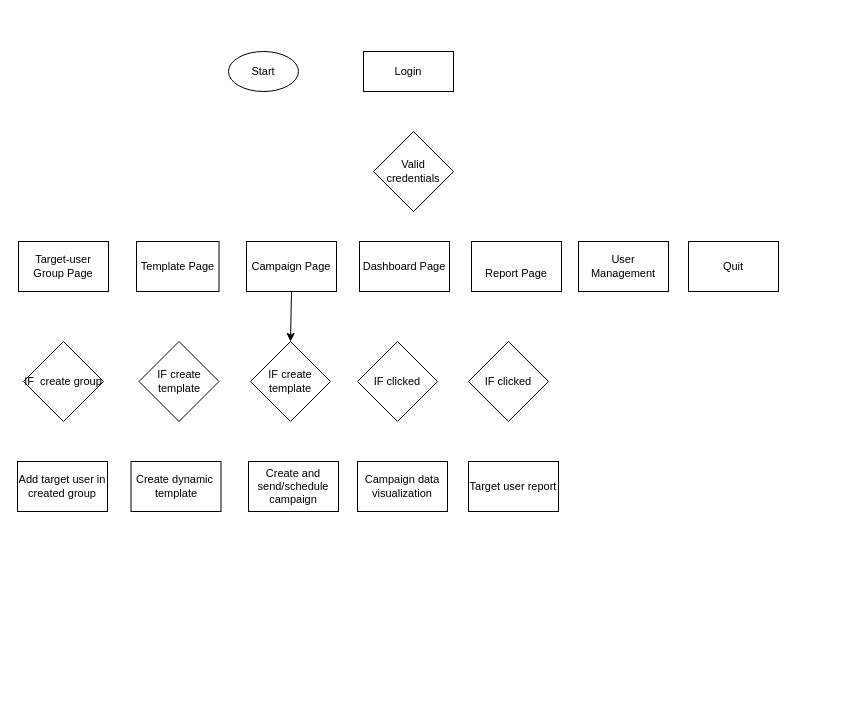
This is Untitled Diagram.drawio from jonamadk/DrawIO, a draw.io file, before an edit. Source tidied: cells renumbered, new cells numbered last; positions are measured from the earlier drawing's top-left corner, leaving out a move shared by most shapes. Both pictures are drawn from the tidied source at 100%, with x=0, y=0 at pixel (17, 51).
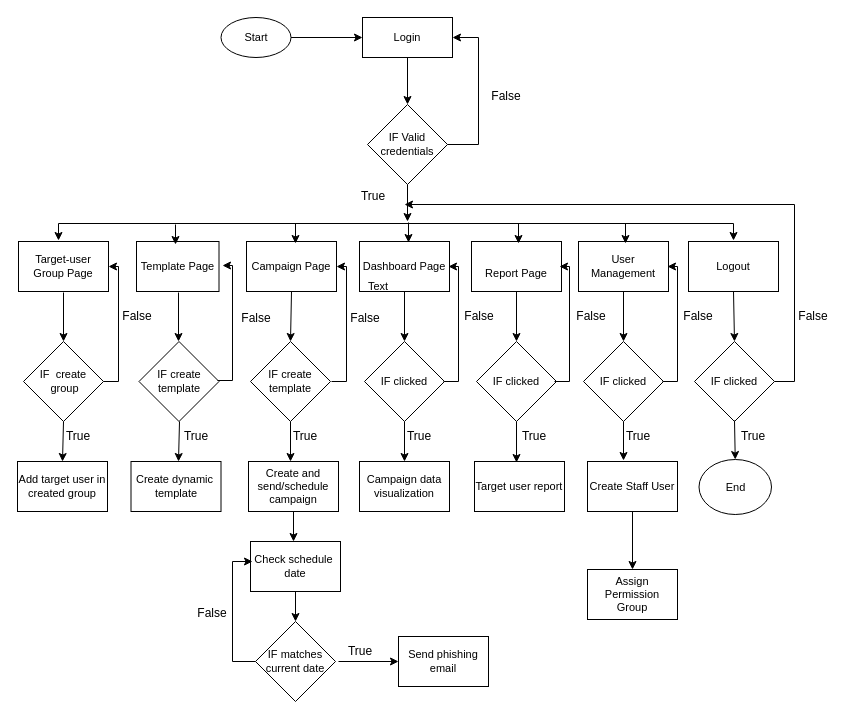
After the change.

Unchanged cells that the change refers to:
```xml
<mxCell id="7" value="Target-user Group Page" style="rounded=0;whiteSpace=wrap;html=1;fontSize=11;strokeWidth=1;" parent="1" vertex="1">
  <mxGeometry x="1" y="190" width="90" height="50" as="geometry" />
</mxCell>
<mxCell id="8" value="Dashboard Page" style="rounded=0;whiteSpace=wrap;html=1;fontSize=11;strokeWidth=1;" parent="1" vertex="1">
  <mxGeometry x="342" y="190" width="90" height="50" as="geometry" />
</mxCell>
<mxCell id="9" value="&lt;br&gt;Report Page&lt;br&gt;" style="rounded=0;whiteSpace=wrap;html=1;fontSize=11;strokeWidth=1;" parent="1" vertex="1">
  <mxGeometry x="454" y="190" width="90" height="50" as="geometry" />
</mxCell>
<mxCell id="11" value="Add target user in created group" style="rounded=0;whiteSpace=wrap;html=1;fontSize=11;strokeWidth=1;" parent="1" vertex="1">
  <mxGeometry y="410" width="90" height="50" as="geometry" />
</mxCell>
<mxCell id="13" value="Create and send/schedule campaign" style="rounded=0;whiteSpace=wrap;html=1;fontSize=11;strokeWidth=1;" parent="1" vertex="1">
  <mxGeometry x="231" y="410" width="90" height="50" as="geometry" />
</mxCell>
<mxCell id="18" value="IF create template" style="rhombus;whiteSpace=wrap;html=1;fontSize=11;strokeWidth=1;" parent="1" vertex="1">
  <mxGeometry x="233" y="290" width="80" height="80" as="geometry" />
</mxCell>
<mxCell id="20" value="User Management" style="rounded=0;whiteSpace=wrap;html=1;fontSize=11;strokeWidth=1;" parent="1" vertex="1">
  <mxGeometry x="561" y="190" width="90" height="50" as="geometry" />
</mxCell>
```

What changed in the source:
```diff
@@
-    <mxCell id="2" value="Valid credentials" style="rhombus;whiteSpace=wrap;html=1;fontSize=11;strokeWidth=1;" parent="1" vertex="1">
-      <mxGeometry x="356" y="80" width="80" height="80" as="geometry" />
+    <mxCell id="2" value="IF Valid credentials" style="rhombus;whiteSpace=wrap;html=1;fontSize=11;strokeWidth=1;" parent="1" vertex="1">
+      <mxGeometry x="350" y="53" width="80" height="80" as="geometry" />
     </mxCell>
@@
     <mxCell id="4" value="Login" style="rounded=0;whiteSpace=wrap;html=1;fontSize=11;strokeWidth=1;" parent="1" vertex="1">
-      <mxGeometry x="346" width="90" height="40" as="geometry" />
+      <mxGeometry x="345" y="-34" width="90" height="40" as="geometry" />
     </mxCell>
     <mxCell id="5" value="Start" style="ellipse;whiteSpace=wrap;html=1;fontSize=11;strokeWidth=1;" parent="1" vertex="1">
-      <mxGeometry x="211" width="70" height="40" as="geometry" />
+      <mxGeometry x="203.5" y="-34" width="70" height="40" as="geometry" />
     </mxCell>
@@
-    <mxCell id="10" value="Quit" style="rounded=0;whiteSpace=wrap;html=1;fontSize=11;strokeWidth=1;" parent="1" vertex="1">
+    <mxCell id="10" value="Logout" style="rounded=0;whiteSpace=wrap;html=1;fontSize=11;strokeWidth=1;" parent="1" vertex="1">
       <mxGeometry x="671" y="190" width="90" height="50" as="geometry" />
     </mxCell>
@@
     <mxCell id="14" value="Campaign data visualization" style="rounded=0;whiteSpace=wrap;html=1;fontSize=11;strokeWidth=1;" parent="1" vertex="1">
-      <mxGeometry x="340" y="410" width="90" height="50" as="geometry" />
+      <mxGeometry x="342" y="410" width="90" height="50" as="geometry" />
     </mxCell>
     <mxCell id="15" value="Target user report" style="rounded=0;whiteSpace=wrap;html=1;fontSize=11;strokeWidth=1;" parent="1" vertex="1">
-      <mxGeometry x="451" y="410" width="90" height="50" as="geometry" />
+      <mxGeometry x="457" y="410" width="90" height="50" as="geometry" />
     </mxCell>
-    <mxCell id="16" value="IF&amp;nbsp; create group" style="rhombus;whiteSpace=wrap;html=1;fontSize=11;strokeWidth=1;" parent="1" vertex="1">
+    <mxCell id="16" value="IF&amp;nbsp; create&lt;br&gt;&amp;nbsp;group" style="rhombus;whiteSpace=wrap;html=1;fontSize=11;strokeWidth=1;" parent="1" vertex="1">
       <mxGeometry x="6" y="290" width="80" height="80" as="geometry" />
     </mxCell>
@@
     <mxCell id="21" value="IF clicked" style="rhombus;whiteSpace=wrap;html=1;fontSize=11;strokeWidth=1;" parent="1" vertex="1">
-      <mxGeometry x="340" y="290" width="80" height="80" as="geometry" />
+      <mxGeometry x="347" y="290" width="80" height="80" as="geometry" />
     </mxCell>
     <mxCell id="22" value="IF clicked" style="rhombus;whiteSpace=wrap;html=1;fontSize=11;strokeWidth=1;" parent="1" vertex="1">
-      <mxGeometry x="451" y="290" width="80" height="80" as="geometry" />
+      <mxGeometry x="459" y="290" width="80" height="80" as="geometry" />
     </mxCell>
+    <mxCell id="23" value="IF clicked" style="rhombus;whiteSpace=wrap;html=1;fontSize=11;strokeWidth=1;" parent="1" vertex="1">
+      <mxGeometry x="566" y="290" width="80" height="80" as="geometry" />
+    </mxCell>
+    <mxCell id="24" value="Create Staff User" style="rounded=0;whiteSpace=wrap;html=1;fontSize=11;strokeWidth=1;" parent="1" vertex="1">
+      <mxGeometry x="570" y="410" width="90" height="50" as="geometry" />
+    </mxCell>
+    <mxCell id="25" value="Assign Permission Group" style="rounded=0;whiteSpace=wrap;html=1;fontSize=11;strokeWidth=1;" parent="1" vertex="1">
+      <mxGeometry x="570" y="518" width="90" height="50" as="geometry" />
+    </mxCell>
+    <mxCell id="26" value="Check schedule&amp;nbsp;&lt;br&gt;date" style="rounded=0;whiteSpace=wrap;html=1;fontSize=11;strokeWidth=1;" parent="1" vertex="1">
+      <mxGeometry x="233" y="490" width="90" height="50" as="geometry" />
+    </mxCell>
+    <mxCell id="27" value="IF matches current date" style="rhombus;whiteSpace=wrap;html=1;fontSize=11;strokeWidth=1;" parent="1" vertex="1">
+      <mxGeometry x="238" y="570" width="80" height="80" as="geometry" />
+    </mxCell>
+    <mxCell id="28" value="Send phishing email" style="rounded=0;whiteSpace=wrap;html=1;fontSize=11;strokeWidth=1;" parent="1" vertex="1">
+      <mxGeometry x="381" y="585" width="90" height="50" as="geometry" />
+    </mxCell>
+    <mxCell id="29" style="endArrow=classic;startArrow=classic;html=1;rounded=0;fontSize=11;" parent="1" edge="1">
+      <mxGeometry relative="1" as="geometry">
+        <mxPoint x="41" y="189" as="sourcePoint" />
+        <mxPoint x="716" y="189" as="targetPoint" />
+        <Array as="points">
+          <mxPoint x="41" y="172" />
+          <mxPoint x="716" y="172" />
+        </Array>
+      </mxGeometry>
+    </mxCell>
+    <mxCell id="30" style="endArrow=classic;html=1;rounded=0;fontSize=11;exitX=0.5;exitY=1;exitDx=0;exitDy=0;" parent="1" edge="1" source="2">
+      <mxGeometry relative="1" as="geometry">
+        <mxPoint x="390" y="170" as="targetPoint" />
+      </mxGeometry>
+    </mxCell>
+    <mxCell id="31" style="endArrow=classic;html=1;rounded=0;fontSize=11;" parent="1" edge="1">
+      <mxGeometry relative="1" as="geometry">
+        <mxPoint x="391" y="171" as="sourcePoint" />
+        <mxPoint x="391" y="191" as="targetPoint" />
+      </mxGeometry>
+    </mxCell>
+    <mxCell id="32" style="endArrow=classic;html=1;rounded=0;fontSize=11;" parent="1" edge="1">
+      <mxGeometry relative="1" as="geometry">
+        <mxPoint x="501" y="172" as="sourcePoint" />
+        <mxPoint x="501" y="192" as="targetPoint" />
+      </mxGeometry>
+    </mxCell>
+    <mxCell id="33" style="endArrow=classic;html=1;rounded=0;fontSize=11;" parent="1" edge="1">
+      <mxGeometry relative="1" as="geometry">
+        <mxPoint x="608" y="172" as="sourcePoint" />
+        <mxPoint x="608" y="192" as="targetPoint" />
+      </mxGeometry>
+    </mxCell>
+    <mxCell id="34" style="endArrow=classic;html=1;rounded=0;fontSize=11;" parent="1" edge="1">
+      <mxGeometry relative="1" as="geometry">
+        <mxPoint x="278" y="172" as="sourcePoint" />
+        <mxPoint x="278" y="192" as="targetPoint" />
+      </mxGeometry>
+    </mxCell>
+    <mxCell id="35" style="endArrow=classic;html=1;rounded=0;fontSize=11;" parent="1" edge="1">
+      <mxGeometry relative="1" as="geometry">
+        <mxPoint x="158" y="173" as="sourcePoint" />
+        <mxPoint x="158" y="193" as="targetPoint" />
+      </mxGeometry>
+    </mxCell>
+    <mxCell id="36" style="endArrow=classic;html=1;rounded=0;fontSize=11;exitX=0.5;exitY=1;exitDx=0;exitDy=0;entryX=0.5;entryY=0;entryDx=0;entryDy=0;" parent="1" edge="1" source="16" target="11">
+      <mxGeometry relative="1" as="geometry" />
+    </mxCell>
+    <mxCell id="37" style="endArrow=classic;html=1;rounded=0;fontSize=11;exitX=0.5;exitY=1;exitDx=0;exitDy=0;entryX=0.5;entryY=0;entryDx=0;entryDy=0;" parent="1" edge="1">
+      <mxGeometry relative="1" as="geometry">
+        <mxPoint x="162" y="370" as="sourcePoint" />
+        <mxPoint x="161" y="410" as="targetPoint" />
+      </mxGeometry>
+    </mxCell>
+    <mxCell id="38" style="endArrow=classic;html=1;rounded=0;fontSize=11;" parent="1" edge="1" source="18">
+      <mxGeometry relative="1" as="geometry">
+        <mxPoint x="273" y="410" as="targetPoint" />
+      </mxGeometry>
+    </mxCell>
+    <mxCell id="39" style="endArrow=classic;html=1;rounded=0;fontSize=11;entryX=0.5;entryY=0;entryDx=0;entryDy=0;exitX=0.5;exitY=1;exitDx=0;exitDy=0;" parent="1" edge="1" source="21" target="14">
+      <mxGeometry relative="1" as="geometry" />
+    </mxCell>
+    <mxCell id="40" style="endArrow=classic;html=1;rounded=0;fontSize=11;exitX=0.5;exitY=1;exitDx=0;exitDy=0;entryX=0.467;entryY=0.02;entryDx=0;entryDy=0;entryPerimeter=0;" parent="1" edge="1" source="22" target="15">
+      <mxGeometry relative="1" as="geometry" />
+    </mxCell>
+    <mxCell id="41" style="endArrow=classic;html=1;rounded=0;fontSize=11;exitX=0.5;exitY=1;exitDx=0;exitDy=0;" parent="1" edge="1" source="23">
+      <mxGeometry relative="1" as="geometry">
+        <mxPoint x="606" y="409" as="targetPoint" />
+      </mxGeometry>
+    </mxCell>
+    <mxCell id="42" style="endArrow=classic;html=1;rounded=0;fontSize=11;exitX=0.5;exitY=1;exitDx=0;exitDy=0;entryX=0.5;entryY=0;entryDx=0;entryDy=0;" parent="1" edge="1" source="24" target="25">
+      <mxGeometry relative="1" as="geometry" />
+    </mxCell>
+    <mxCell id="43" style="endArrow=classic;html=1;rounded=0;fontSize=11;exitX=0.5;exitY=1;exitDx=0;exitDy=0;" parent="1" edge="1" source="13">
+      <mxGeometry relative="1" as="geometry">
+        <mxPoint x="276" y="490" as="targetPoint" />
+      </mxGeometry>
+    </mxCell>
+    <mxCell id="44" style="endArrow=classic;html=1;rounded=0;fontSize=11;exitX=0.5;exitY=1;exitDx=0;exitDy=0;entryX=0.5;entryY=0;entryDx=0;entryDy=0;" parent="1" edge="1" source="26" target="27">
+      <mxGeometry relative="1" as="geometry" />
+    </mxCell>
+    <mxCell id="45" style="endArrow=classic;html=1;rounded=0;fontSize=11;" parent="1" edge="1">
+      <mxGeometry relative="1" as="geometry">
+        <mxPoint x="321" y="610" as="sourcePoint" />
+        <mxPoint x="381" y="610" as="targetPoint" />
+      </mxGeometry>
+    </mxCell>
+    <mxCell id="46" value="IF clicked" style="rhombus;whiteSpace=wrap;html=1;fontSize=11;strokeWidth=1;" parent="1" vertex="1">
+      <mxGeometry x="677" y="290" width="80" height="80" as="geometry" />
+    </mxCell>
+    <mxCell id="47" value="End" style="ellipse;whiteSpace=wrap;html=1;fontSize=11;strokeWidth=1;" parent="1" vertex="1">
+      <mxGeometry x="681.5" y="408" width="72.5" height="55" as="geometry" />
+    </mxCell>
+    <mxCell id="48" style="endArrow=classic;html=1;rounded=0;fontSize=11;entryX=0.5;entryY=0;entryDx=0;entryDy=0;" parent="1" edge="1" target="16">
+      <mxGeometry relative="1" as="geometry">
+        <mxPoint x="46" y="241" as="sourcePoint" />
+      </mxGeometry>
+    </mxCell>
+    <mxCell id="49" style="endArrow=classic;html=1;rounded=0;fontSize=11;entryX=0.5;entryY=0;entryDx=0;entryDy=0;" parent="1" edge="1">
+      <mxGeometry relative="1" as="geometry">
+        <mxPoint x="161" y="241" as="sourcePoint" />
+        <mxPoint x="161" y="290" as="targetPoint" />
+      </mxGeometry>
+    </mxCell>
+    <mxCell id="50" style="endArrow=classic;html=1;rounded=0;fontSize=11;exitX=0.5;exitY=1;exitDx=0;exitDy=0;" parent="1" edge="1" source="8" target="21">
+      <mxGeometry relative="1" as="geometry" />
+    </mxCell>
+    <mxCell id="51" style="endArrow=classic;html=1;rounded=0;fontSize=11;exitX=0.5;exitY=1;exitDx=0;exitDy=0;entryX=0.5;entryY=0;entryDx=0;entryDy=0;" parent="1" edge="1" source="9" target="22">
+      <mxGeometry relative="1" as="geometry" />
+    </mxCell>
+    <mxCell id="52" style="endArrow=classic;html=1;rounded=0;fontSize=11;exitX=0.5;exitY=1;exitDx=0;exitDy=0;" parent="1" edge="1" source="20">
+      <mxGeometry relative="1" as="geometry">
+        <mxPoint x="606" y="290" as="targetPoint" />
+      </mxGeometry>
+    </mxCell>
+    <mxCell id="53" style="endArrow=classic;html=1;rounded=0;fontSize=11;exitX=0.5;exitY=1;exitDx=0;exitDy=0;entryX=0.5;entryY=0;entryDx=0;entryDy=0;" parent="1" edge="1" source="10" target="46">
+      <mxGeometry relative="1" as="geometry" />
+    </mxCell>
+    <mxCell id="54" style="endArrow=classic;html=1;rounded=0;fontSize=11;exitX=0.5;exitY=1;exitDx=0;exitDy=0;" parent="1" edge="1" target="47">
+      <mxGeometry relative="1" as="geometry">
+        <mxPoint x="717" y="369" as="sourcePoint" />
+      </mxGeometry>
+    </mxCell>
+    <mxCell id="55" style="endArrow=classic;html=1;rounded=0;fontSize=11;exitX=1;exitY=0.5;exitDx=0;exitDy=0;entryX=1;entryY=0.5;entryDx=0;entryDy=0;" parent="1" edge="1" source="16" target="7">
+      <mxGeometry relative="1" as="geometry">
+        <Array as="points">
+          <mxPoint x="101" y="330" />
+          <mxPoint x="101" y="215" />
+        </Array>
+      </mxGeometry>
+    </mxCell>
+    <mxCell id="56" style="endArrow=classic;html=1;rounded=0;fontSize=11;exitX=1;exitY=0.5;exitDx=0;exitDy=0;entryX=1;entryY=0.5;entryDx=0;entryDy=0;" parent="1" edge="1">
+      <mxGeometry relative="1" as="geometry">
+        <mxPoint x="200" y="329" as="sourcePoint" />
+        <mxPoint x="205" y="214" as="targetPoint" />
+        <Array as="points">
+          <mxPoint x="215" y="329" />
+          <mxPoint x="215" y="214" />
+        </Array>
+      </mxGeometry>
+    </mxCell>
+    <mxCell id="57" style="endArrow=classic;html=1;rounded=0;fontSize=11;exitX=1;exitY=0.5;exitDx=0;exitDy=0;entryX=1;entryY=0.5;entryDx=0;entryDy=0;" parent="1" edge="1">
+      <mxGeometry relative="1" as="geometry">
+        <mxPoint x="314" y="330" as="sourcePoint" />
+        <mxPoint x="319" y="215" as="targetPoint" />
+        <Array as="points">
+          <mxPoint x="329" y="330" />
+          <mxPoint x="329" y="215" />
+        </Array>
+      </mxGeometry>
+    </mxCell>
+    <mxCell id="58" style="endArrow=classic;html=1;rounded=0;fontSize=11;exitX=1;exitY=0.5;exitDx=0;exitDy=0;entryX=1;entryY=0.5;entryDx=0;entryDy=0;" parent="1" edge="1">
+      <mxGeometry relative="1" as="geometry">
+        <mxPoint x="426" y="330" as="sourcePoint" />
+        <mxPoint x="431" y="215" as="targetPoint" />
+        <Array as="points">
+          <mxPoint x="441" y="330" />
+          <mxPoint x="441" y="215" />
+        </Array>
+      </mxGeometry>
+    </mxCell>
+    <mxCell id="59" style="endArrow=classic;html=1;rounded=0;fontSize=11;exitX=1;exitY=0.5;exitDx=0;exitDy=0;entryX=1;entryY=0.5;entryDx=0;entryDy=0;" parent="1" edge="1">
+      <mxGeometry relative="1" as="geometry">
+        <mxPoint x="537" y="330" as="sourcePoint" />
+        <mxPoint x="542" y="215" as="targetPoint" />
+        <Array as="points">
+          <mxPoint x="552" y="330" />
+          <mxPoint x="552" y="215" />
+        </Array>
+      </mxGeometry>
+    </mxCell>
+    <mxCell id="60" style="endArrow=classic;html=1;rounded=0;fontSize=11;exitX=1;exitY=0.5;exitDx=0;exitDy=0;entryX=1;entryY=0.5;entryDx=0;entryDy=0;" parent="1" edge="1">
+      <mxGeometry relative="1" as="geometry">
+        <mxPoint x="645" y="330" as="sourcePoint" />
+        <mxPoint x="650" y="215" as="targetPoint" />
+        <Array as="points">
+          <mxPoint x="660" y="330" />
+          <mxPoint x="660" y="215" />
+        </Array>
+      </mxGeometry>
+    </mxCell>
+    <mxCell id="61" style="endArrow=classic;html=1;rounded=0;fontSize=11;" parent="1" edge="1">
+      <mxGeometry relative="1" as="geometry">
+        <mxPoint x="757" y="330" as="sourcePoint" />
+        <mxPoint x="387" y="153" as="targetPoint" />
+        <Array as="points">
+          <mxPoint x="777" y="330" />
+          <mxPoint x="777" y="153" />
+        </Array>
+      </mxGeometry>
+    </mxCell>
+    <mxCell id="62" style="endArrow=classic;html=1;rounded=0;fontSize=11;entryX=0.089;entryY=0.4;entryDx=0;entryDy=0;entryPerimeter=0;exitX=0;exitY=0.5;exitDx=0;exitDy=0;" parent="1" edge="1" source="27">
+      <mxGeometry relative="1" as="geometry">
+        <mxPoint x="235" y="510" as="targetPoint" />
+        <Array as="points">
+          <mxPoint x="215" y="610" />
+          <mxPoint x="215" y="510" />
+        </Array>
+      </mxGeometry>
+    </mxCell>
+    <mxCell id="63" style="endArrow=classic;html=1;rounded=0;fontSize=11;exitX=1;exitY=0.5;exitDx=0;exitDy=0;entryX=0;entryY=0.5;entryDx=0;entryDy=0;" parent="1" edge="1" source="5" target="4">
+      <mxGeometry relative="1" as="geometry" />
+    </mxCell>
+    <mxCell id="64" style="endArrow=classic;html=1;rounded=0;fontSize=11;exitX=0.5;exitY=1;exitDx=0;exitDy=0;entryX=0.5;entryY=0;entryDx=0;entryDy=0;" parent="1" edge="1" source="4" target="2">
+      <mxGeometry relative="1" as="geometry" />
+    </mxCell>
+    <mxCell id="65" style="endArrow=classic;html=1;rounded=0;fontSize=11;exitX=1;exitY=0.5;exitDx=0;exitDy=0;entryX=1;entryY=0.5;entryDx=0;entryDy=0;" parent="1" edge="1" source="2" target="4">
+      <mxGeometry relative="1" as="geometry">
+        <Array as="points">
+          <mxPoint x="461" y="93" />
+          <mxPoint x="461" y="-14" />
+        </Array>
+      </mxGeometry>
+    </mxCell>
+    <mxCell id="66" value="&lt;font style=&quot;font-size: 12px&quot;&gt;False&lt;/font&gt;" style="text;html=1;strokeColor=none;fillColor=none;align=center;verticalAlign=middle;whiteSpace=wrap;rounded=0;fontSize=11;" parent="1" vertex="1">
+      <mxGeometry x="459" y="30" width="60" height="30" as="geometry" />
+    </mxCell>
+    <mxCell id="67" value="Text" style="text;html=1;strokeColor=none;fillColor=none;align=center;verticalAlign=middle;whiteSpace=wrap;rounded=0;fontSize=11;" parent="1" vertex="1">
+      <mxGeometry x="331" y="220" width="60" height="30" as="geometry" />
+    </mxCell>
+    <mxCell id="68" value="&lt;font style=&quot;font-size: 12px&quot;&gt;True&lt;/font&gt;" style="text;html=1;strokeColor=none;fillColor=none;align=center;verticalAlign=middle;whiteSpace=wrap;rounded=0;fontSize=11;" parent="1" vertex="1">
+      <mxGeometry x="326" y="130" width="60" height="30" as="geometry" />
+    </mxCell>
+    <mxCell id="69" value="&lt;font style=&quot;font-size: 12px&quot;&gt;False&lt;/font&gt;" style="text;html=1;strokeColor=none;fillColor=none;align=center;verticalAlign=middle;whiteSpace=wrap;rounded=0;fontSize=11;" parent="1" vertex="1">
+      <mxGeometry x="432" y="250" width="60" height="30" as="geometry" />
+    </mxCell>
+    <mxCell id="70" value="&lt;font style=&quot;font-size: 12px&quot;&gt;False&lt;/font&gt;" style="text;html=1;strokeColor=none;fillColor=none;align=center;verticalAlign=middle;whiteSpace=wrap;rounded=0;fontSize=11;" parent="1" vertex="1">
+      <mxGeometry x="651" y="250" width="60" height="30" as="geometry" />
+    </mxCell>
+    <mxCell id="71" value="&lt;font style=&quot;font-size: 12px&quot;&gt;False&lt;/font&gt;" style="text;html=1;strokeColor=none;fillColor=none;align=center;verticalAlign=middle;whiteSpace=wrap;rounded=0;fontSize=11;" parent="1" vertex="1">
+      <mxGeometry x="544" y="250" width="60" height="30" as="geometry" />
+    </mxCell>
+    <mxCell id="72" value="&lt;font style=&quot;font-size: 12px&quot;&gt;False&lt;/font&gt;" style="text;html=1;strokeColor=none;fillColor=none;align=center;verticalAlign=middle;whiteSpace=wrap;rounded=0;fontSize=11;" parent="1" vertex="1">
+      <mxGeometry x="766" y="250" width="60" height="30" as="geometry" />
+    </mxCell>
+    <mxCell id="73" value="&lt;font style=&quot;font-size: 12px&quot;&gt;False&lt;/font&gt;" style="text;html=1;strokeColor=none;fillColor=none;align=center;verticalAlign=middle;whiteSpace=wrap;rounded=0;fontSize=11;" parent="1" vertex="1">
+      <mxGeometry x="318" y="252" width="60" height="30" as="geometry" />
+    </mxCell>
+    <mxCell id="74" value="&lt;font style=&quot;font-size: 12px&quot;&gt;False&lt;/font&gt;" style="text;html=1;strokeColor=none;fillColor=none;align=center;verticalAlign=middle;whiteSpace=wrap;rounded=0;fontSize=11;" parent="1" vertex="1">
+      <mxGeometry x="208.5" y="252" width="60" height="30" as="geometry" />
+    </mxCell>
+    <mxCell id="75" value="&lt;font style=&quot;font-size: 12px&quot;&gt;False&lt;/font&gt;" style="text;html=1;strokeColor=none;fillColor=none;align=center;verticalAlign=middle;whiteSpace=wrap;rounded=0;fontSize=11;" parent="1" vertex="1">
+      <mxGeometry x="90" y="250" width="60" height="30" as="geometry" />
+    </mxCell>
+    <mxCell id="76" value="&lt;font style=&quot;font-size: 12px&quot;&gt;True&lt;/font&gt;" style="text;html=1;strokeColor=none;fillColor=none;align=center;verticalAlign=middle;whiteSpace=wrap;rounded=0;fontSize=11;" parent="1" vertex="1">
+      <mxGeometry x="31" y="370" width="60" height="30" as="geometry" />
+    </mxCell>
+    <mxCell id="77" value="&lt;font style=&quot;font-size: 12px&quot;&gt;True&lt;/font&gt;" style="text;html=1;strokeColor=none;fillColor=none;align=center;verticalAlign=middle;whiteSpace=wrap;rounded=0;fontSize=11;" parent="1" vertex="1">
+      <mxGeometry x="148.5" y="370" width="60" height="30" as="geometry" />
+    </mxCell>
+    <mxCell id="78" value="&lt;font style=&quot;font-size: 12px&quot;&gt;True&lt;/font&gt;" style="text;html=1;strokeColor=none;fillColor=none;align=center;verticalAlign=middle;whiteSpace=wrap;rounded=0;fontSize=11;" parent="1" vertex="1">
+      <mxGeometry x="258" y="370" width="60" height="30" as="geometry" />
+    </mxCell>
+    <mxCell id="79" value="&lt;font style=&quot;font-size: 12px&quot;&gt;True&lt;/font&gt;" style="text;html=1;strokeColor=none;fillColor=none;align=center;verticalAlign=middle;whiteSpace=wrap;rounded=0;fontSize=11;" parent="1" vertex="1">
+      <mxGeometry x="372" y="370" width="60" height="30" as="geometry" />
+    </mxCell>
+    <mxCell id="80" value="&lt;font style=&quot;font-size: 12px&quot;&gt;True&lt;/font&gt;" style="text;html=1;strokeColor=none;fillColor=none;align=center;verticalAlign=middle;whiteSpace=wrap;rounded=0;fontSize=11;" parent="1" vertex="1">
+      <mxGeometry x="487" y="370" width="60" height="30" as="geometry" />
+    </mxCell>
+    <mxCell id="81" value="&lt;font style=&quot;font-size: 12px&quot;&gt;True&lt;/font&gt;" style="text;html=1;strokeColor=none;fillColor=none;align=center;verticalAlign=middle;whiteSpace=wrap;rounded=0;fontSize=11;" parent="1" vertex="1">
+      <mxGeometry x="591" y="370" width="60" height="30" as="geometry" />
+    </mxCell>
+    <mxCell id="82" value="&lt;font style=&quot;font-size: 12px&quot;&gt;True&lt;/font&gt;" style="text;html=1;strokeColor=none;fillColor=none;align=center;verticalAlign=middle;whiteSpace=wrap;rounded=0;fontSize=11;" parent="1" vertex="1">
+      <mxGeometry x="706" y="370" width="60" height="30" as="geometry" />
+    </mxCell>
+    <mxCell id="83" value="&lt;font style=&quot;font-size: 12px&quot;&gt;True&lt;/font&gt;" style="text;html=1;strokeColor=none;fillColor=none;align=center;verticalAlign=middle;whiteSpace=wrap;rounded=0;fontSize=11;" parent="1" vertex="1">
+      <mxGeometry x="313" y="585" width="60" height="30" as="geometry" />
+    </mxCell>
+    <mxCell id="84" value="&lt;font style=&quot;font-size: 12px&quot;&gt;False&lt;/font&gt;" style="text;html=1;strokeColor=none;fillColor=none;align=center;verticalAlign=middle;whiteSpace=wrap;rounded=0;fontSize=11;" parent="1" vertex="1">
+      <mxGeometry x="165" y="547" width="60" height="30" as="geometry" />
+    </mxCell>
```
